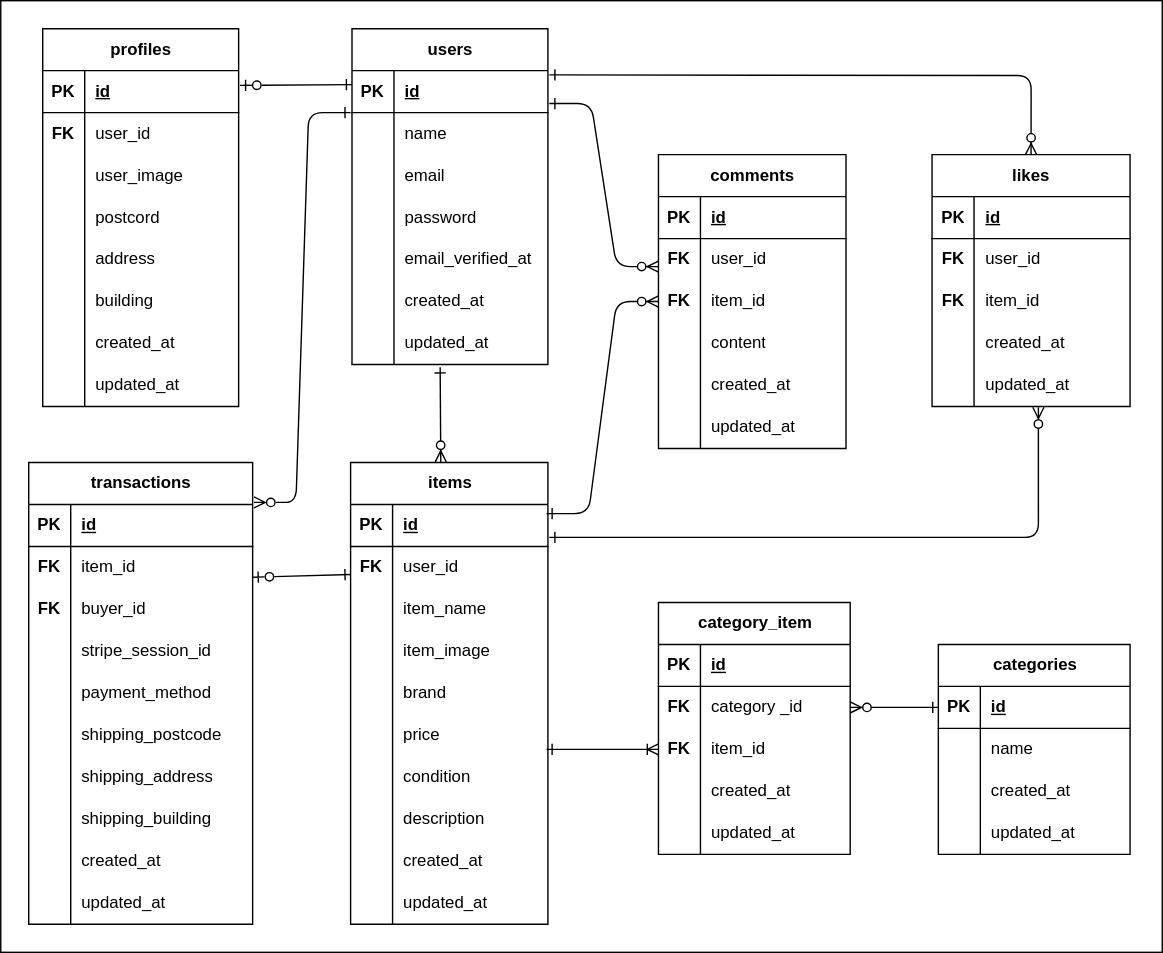
Above: ER.drawio.svg in mutoryoko/ProTest (draw.io), before the change. Source tidied: cells renumbered, new cells last; positions are measured from the earlier drawing's top-left corner, leaving out a move shared by most shapes.
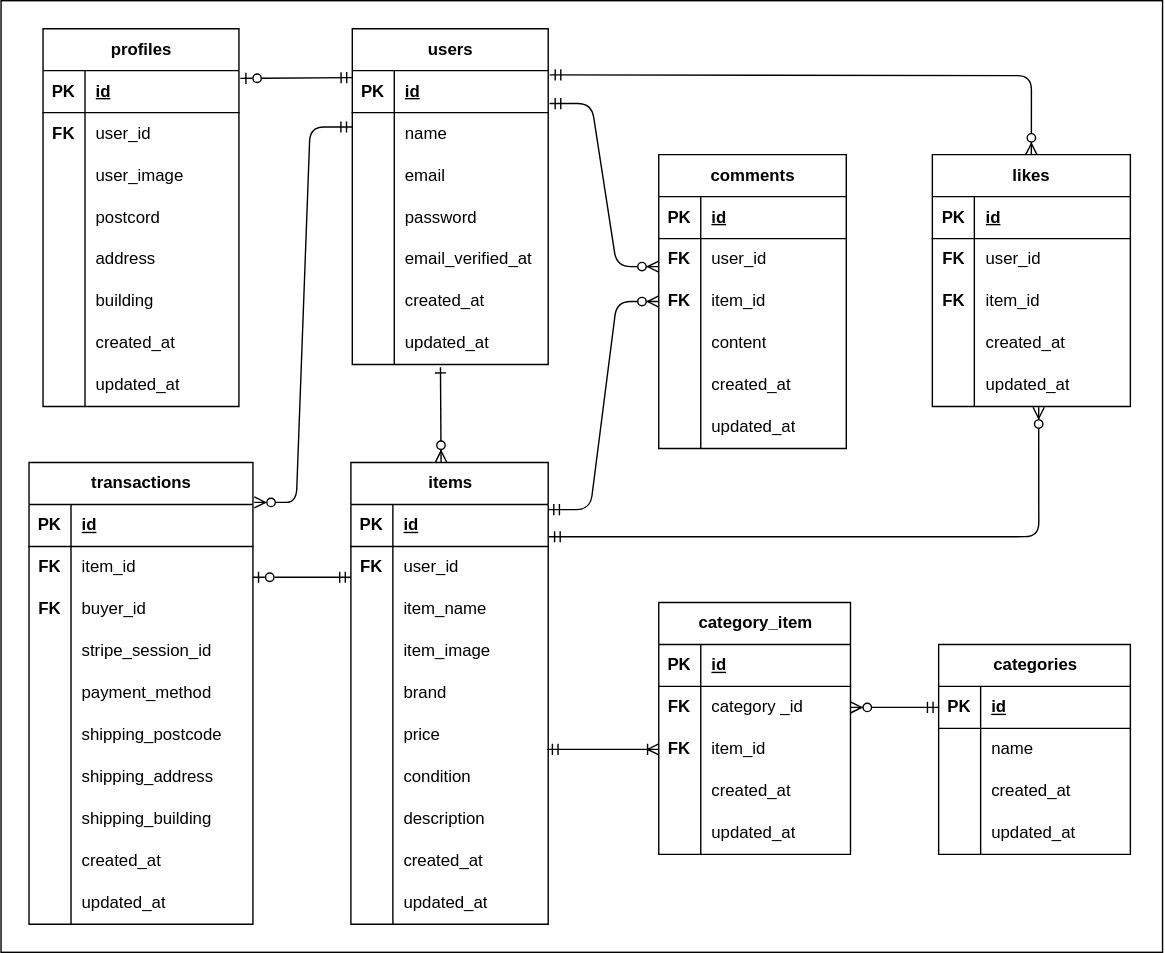
After the change.

The edit, as a diff of the source:
```diff
@@ -335,22 +335,22 @@
     <mxCell id="112" value="updated_at" style="shape=partialRectangle;fillColor=none;top=0;left=0;bottom=0;right=0;align=left;spacingLeft=6;overflow=hidden;whiteSpace=wrap;html=1;" parent="110" vertex="1">
       <mxGeometry x="30" width="107" height="30" as="geometry" />
     </mxCell>
-    <mxCell id="113" style="fontSize=12;html=1;endArrow=ERone;startArrow=ERzeroToOne;exitX=1.007;exitY=0.183;exitDx=0;exitDy=0;exitPerimeter=0;startFill=0;endFill=0;entryX=0;entryY=0.167;entryDx=0;entryDy=0;entryPerimeter=0;" parent="1" edge="1">
+    <mxCell id="113" style="fontSize=12;html=1;endArrow=ERmandOne;startArrow=ERzeroToOne;exitX=1.007;exitY=0.183;exitDx=0;exitDy=0;exitPerimeter=0;startFill=0;endFill=0;entryX=0;entryY=0.167;entryDx=0;entryDy=0;entryPerimeter=0;" parent="1" edge="1">
       <mxGeometry relative="1" as="geometry">
-        <mxPoint x="171" y="60.5" as="sourcePoint" />
-        <mxPoint x="251" y="60" as="targetPoint" />
+        <mxPoint x="171" y="55.5" as="sourcePoint" />
+        <mxPoint x="251" y="55" as="targetPoint" />
       </mxGeometry>
     </mxCell>
-    <mxCell id="114" style="edgeStyle=entityRelationEdgeStyle;fontSize=12;html=1;endArrow=ERzeroToMany;startArrow=ERone;entryX=0;entryY=0.667;entryDx=0;entryDy=0;entryPerimeter=0;startFill=0;exitX=1.007;exitY=0.783;exitDx=0;exitDy=0;exitPerimeter=0;" parent="1" edge="1" source="121" target="85">
+    <mxCell id="114" style="edgeStyle=entityRelationEdgeStyle;fontSize=12;html=1;endArrow=ERzeroToMany;startArrow=ERmandOne;entryX=0;entryY=0.667;entryDx=0;entryDy=0;entryPerimeter=0;startFill=0;exitX=1.007;exitY=0.783;exitDx=0;exitDy=0;exitPerimeter=0;" parent="1" edge="1" source="121" target="85">
       <mxGeometry relative="1" as="geometry" />
     </mxCell>
-    <mxCell id="115" style="edgeStyle=entityRelationEdgeStyle;fontSize=12;html=1;endArrow=ERzeroToMany;startArrow=ERone;entryX=0;entryY=0.5;entryDx=0;entryDy=0;entryPerimeter=0;startFill=0;exitX=0.993;exitY=0.217;exitDx=0;exitDy=0;exitPerimeter=0;" parent="1" edge="1" source="20" target="88">
+    <mxCell id="115" style="edgeStyle=entityRelationEdgeStyle;fontSize=12;html=1;endArrow=ERzeroToMany;startArrow=ERmandOne;entryX=0;entryY=0.5;entryDx=0;entryDy=0;entryPerimeter=0;startFill=0;exitX=1;exitY=0.122;exitDx=0;exitDy=0;exitPerimeter=0;" parent="1" edge="1" source="20" target="88">
       <mxGeometry relative="1" as="geometry" />
     </mxCell>
-    <mxCell id="116" style="fontSize=12;html=1;endArrow=ERone;startArrow=ERzeroToOne;startFill=0;endFill=0;" parent="1" edge="1">
+    <mxCell id="116" style="fontSize=12;html=1;endArrow=ERmandOne;startArrow=ERzeroToOne;startFill=0;endFill=0;" parent="1" edge="1">
       <mxGeometry relative="1" as="geometry">
         <mxPoint x="180" y="412" as="sourcePoint" />
-        <mxPoint x="250" y="410" as="targetPoint" />
+        <mxPoint x="250" y="412" as="targetPoint" />
       </mxGeometry>
     </mxCell>
     <mxCell id="117" style="fontSize=12;html=1;endArrow=ERzeroToMany;startArrow=ERone;entryX=0.457;entryY=-0.001;entryDx=0;entryDy=0;entryPerimeter=0;startFill=0;" parent="1" edge="1" target="19">
@@ -358,10 +358,10 @@
         <mxPoint x="314" y="262" as="sourcePoint" />
       </mxGeometry>
     </mxCell>
-    <mxCell id="118" style="fontSize=12;html=1;endArrow=ERzeroToMany;startArrow=ERone;entryX=1;entryY=0.5;entryDx=0;entryDy=0;exitX=0;exitY=0.5;exitDx=0;exitDy=0;elbow=vertical;startFill=0;" parent="1" edge="1" source="101" target="7">
+    <mxCell id="118" style="fontSize=12;html=1;endArrow=ERzeroToMany;startArrow=ERmandOne;entryX=1;entryY=0.5;entryDx=0;entryDy=0;exitX=0;exitY=0.5;exitDx=0;exitDy=0;elbow=vertical;startFill=0;" parent="1" edge="1" source="101" target="7">
       <mxGeometry relative="1" as="geometry" />
     </mxCell>
-    <mxCell id="119" style="fontSize=12;html=1;endArrow=ERoneToMany;startArrow=ERone;entryX=0;entryY=0.5;entryDx=0;entryDy=0;endFill=0;startFill=0;" parent="1" edge="1" target="10">
+    <mxCell id="119" style="fontSize=12;html=1;endArrow=ERoneToMany;startArrow=ERmandOne;entryX=0;entryY=0.5;entryDx=0;entryDy=0;endFill=0;startFill=0;" parent="1" edge="1" target="10">
       <mxGeometry relative="1" as="geometry">
         <mxPoint x="390" y="535" as="sourcePoint" />
       </mxGeometry>
@@ -480,10 +480,10 @@
     <mxCell id="157" value="updated_at" style="shape=partialRectangle;fillColor=none;top=0;left=0;bottom=0;right=0;align=left;spacingLeft=6;overflow=hidden;whiteSpace=wrap;html=1;" parent="155" vertex="1">
       <mxGeometry x="30" width="111.5" height="30" as="geometry" />
     </mxCell>
-    <mxCell id="158" style="edgeStyle=orthogonalEdgeStyle;fontSize=12;html=1;endArrow=ERzeroToMany;startArrow=ERone;exitX=1.007;exitY=0.783;exitDx=0;exitDy=0;exitPerimeter=0;startFill=0;entryX=0.537;entryY=1.017;entryDx=0;entryDy=0;entryPerimeter=0;" parent="1" edge="1" source="20" target="155">
+    <mxCell id="158" style="edgeStyle=orthogonalEdgeStyle;fontSize=12;html=1;endArrow=ERzeroToMany;startArrow=ERmandOne;exitX=1.004;exitY=0.768;exitDx=0;exitDy=0;exitPerimeter=0;startFill=0;entryX=0.537;entryY=1.017;entryDx=0;entryDy=0;entryPerimeter=0;" parent="1" edge="1" source="20" target="155">
       <mxGeometry relative="1" as="geometry" />
     </mxCell>
-    <mxCell id="159" style="edgeStyle=orthogonalEdgeStyle;fontSize=12;html=1;endArrow=ERzeroToMany;startArrow=ERone;startFill=0;entryX=0.5;entryY=0;entryDx=0;entryDy=0;" parent="1" edge="1" target="142">
+    <mxCell id="159" style="edgeStyle=orthogonalEdgeStyle;fontSize=12;html=1;endArrow=ERzeroToMany;startArrow=ERmandOne;startFill=0;entryX=0.5;entryY=0;entryDx=0;entryDy=0;" parent="1" edge="1" target="142">
       <mxGeometry relative="1" as="geometry">
         <mxPoint x="392" y="53" as="sourcePoint" />
       </mxGeometry>
@@ -563,10 +563,8 @@
     <mxCell id="184" value="updated_at" style="shape=partialRectangle;fillColor=none;top=0;left=0;bottom=0;right=0;align=left;spacingLeft=6;overflow=hidden;whiteSpace=wrap;html=1;" parent="182" vertex="1">
       <mxGeometry x="30" width="110" height="30" as="geometry" />
     </mxCell>
-    <mxCell id="185" style="edgeStyle=entityRelationEdgeStyle;fontSize=12;html=1;endArrow=ERone;endFill=1;startArrow=ERzeroToMany;startFill=0;exitX=1.006;exitY=-0.05;exitDx=0;exitDy=0;exitPerimeter=0;" parent="1" edge="1" source="51">
-      <mxGeometry relative="1" as="geometry">
-        <mxPoint x="250" y="80" as="targetPoint" />
-      </mxGeometry>
+    <mxCell id="185" style="edgeStyle=entityRelationEdgeStyle;fontSize=12;html=1;endArrow=ERmandOne;endFill=0;startArrow=ERzeroToMany;startFill=0;exitX=1.006;exitY=-0.05;exitDx=0;exitDy=0;exitPerimeter=0;entryX=-0.001;entryY=0.342;entryDx=0;entryDy=0;entryPerimeter=0;" parent="1" edge="1" source="51" target="124">
+      <mxGeometry relative="1" as="geometry" />
     </mxCell>
   </root>
 </mxGraphModel>
```
